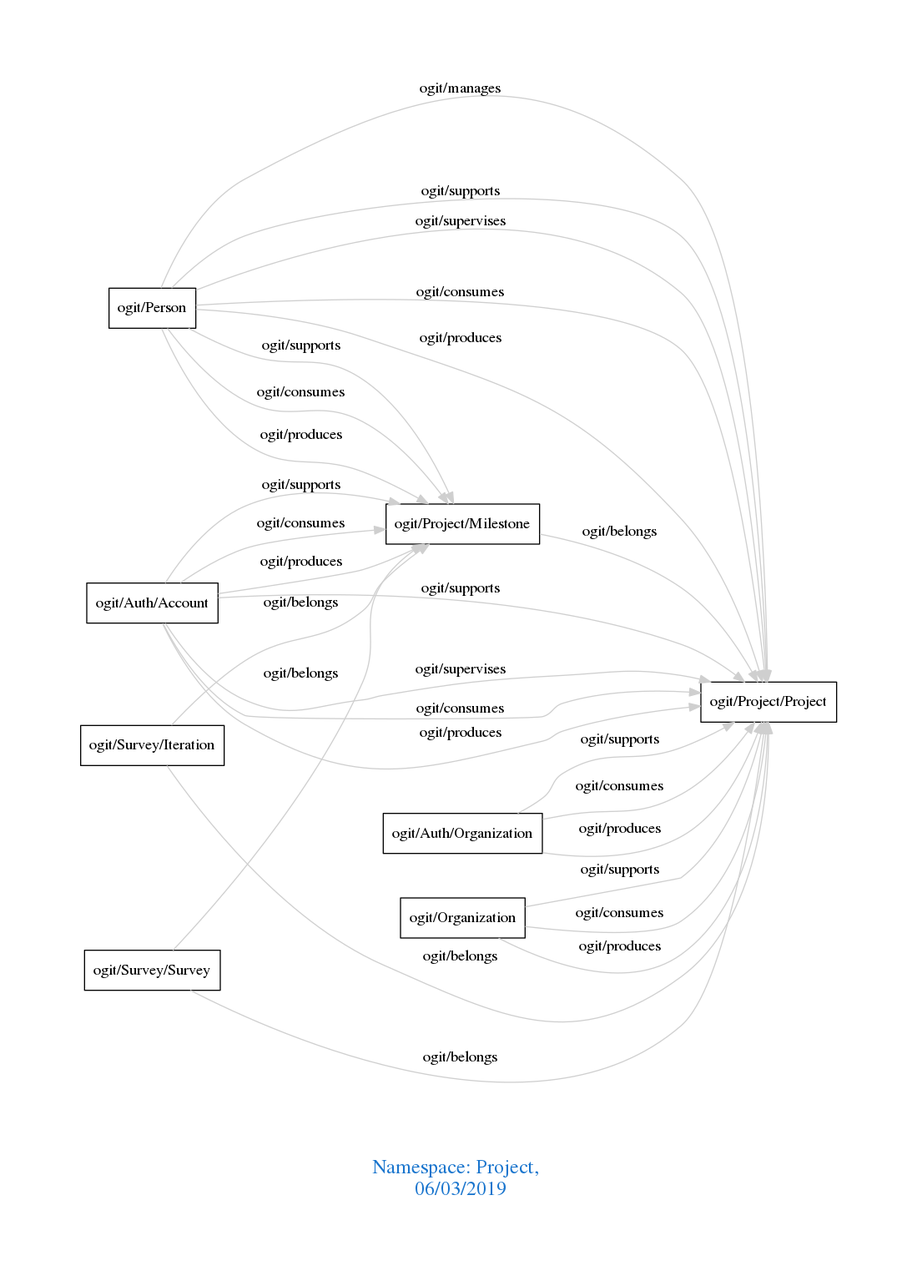
Earlier version of the Graphviz export downloads/Project.png (arago/OGIT). Its source is kept beside it as downloads/Project.dot.
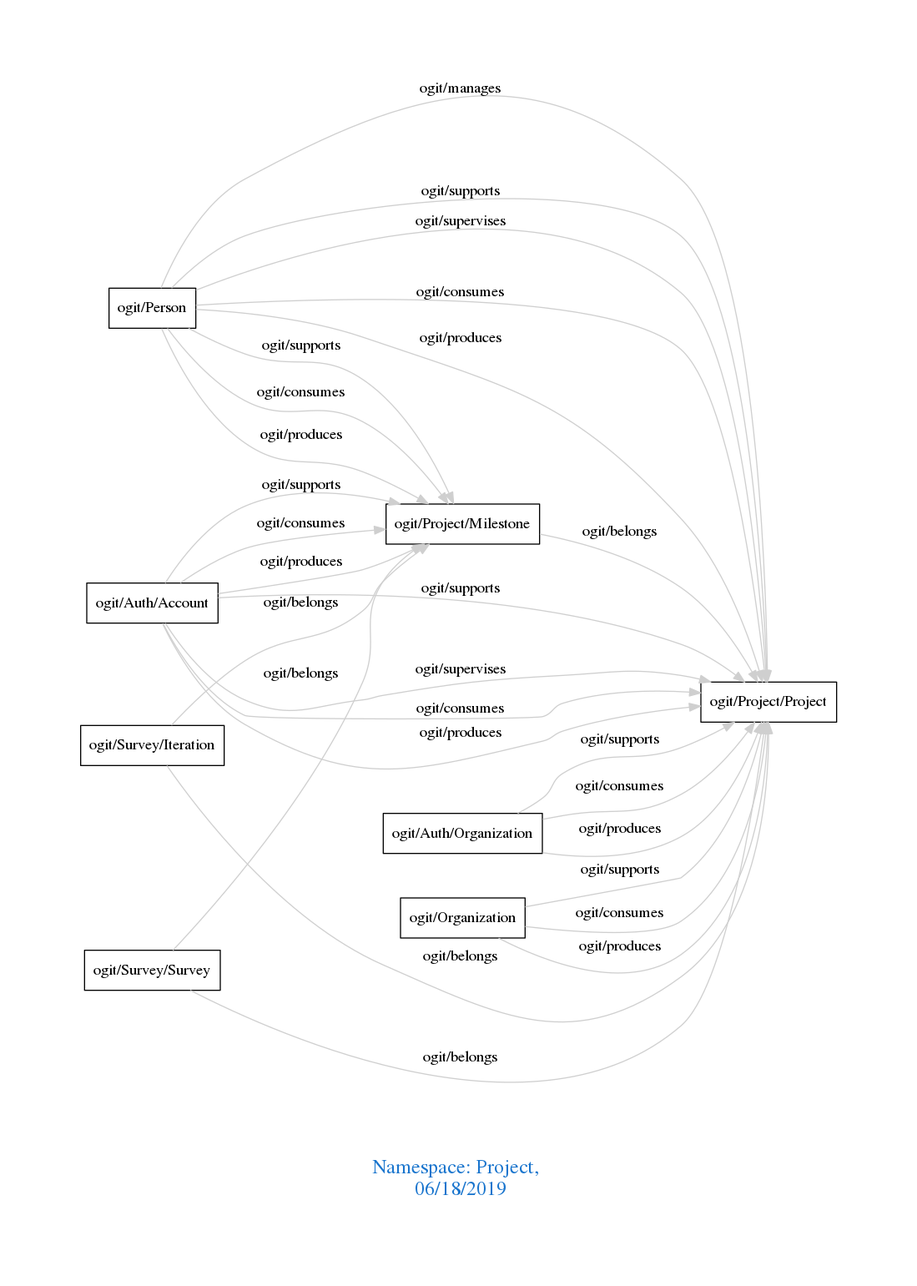
After the change.

Change to the diagram source:
```diff
@@ -1,7 +1,7 @@
 digraph OGIT_ontology {
  graph [ rankdir= LR,pad=1
 fontsize = 18,
-fontcolor= dodgerblue3,label = "\n\n\nNamespace: Project, \n 06/03/2019"];
+fontcolor= dodgerblue3,label = "\n\n\nNamespace: Project, \n 06/18/2019"];
 node[shape=polygon];
 edge [  color="gray81"];
 
```
